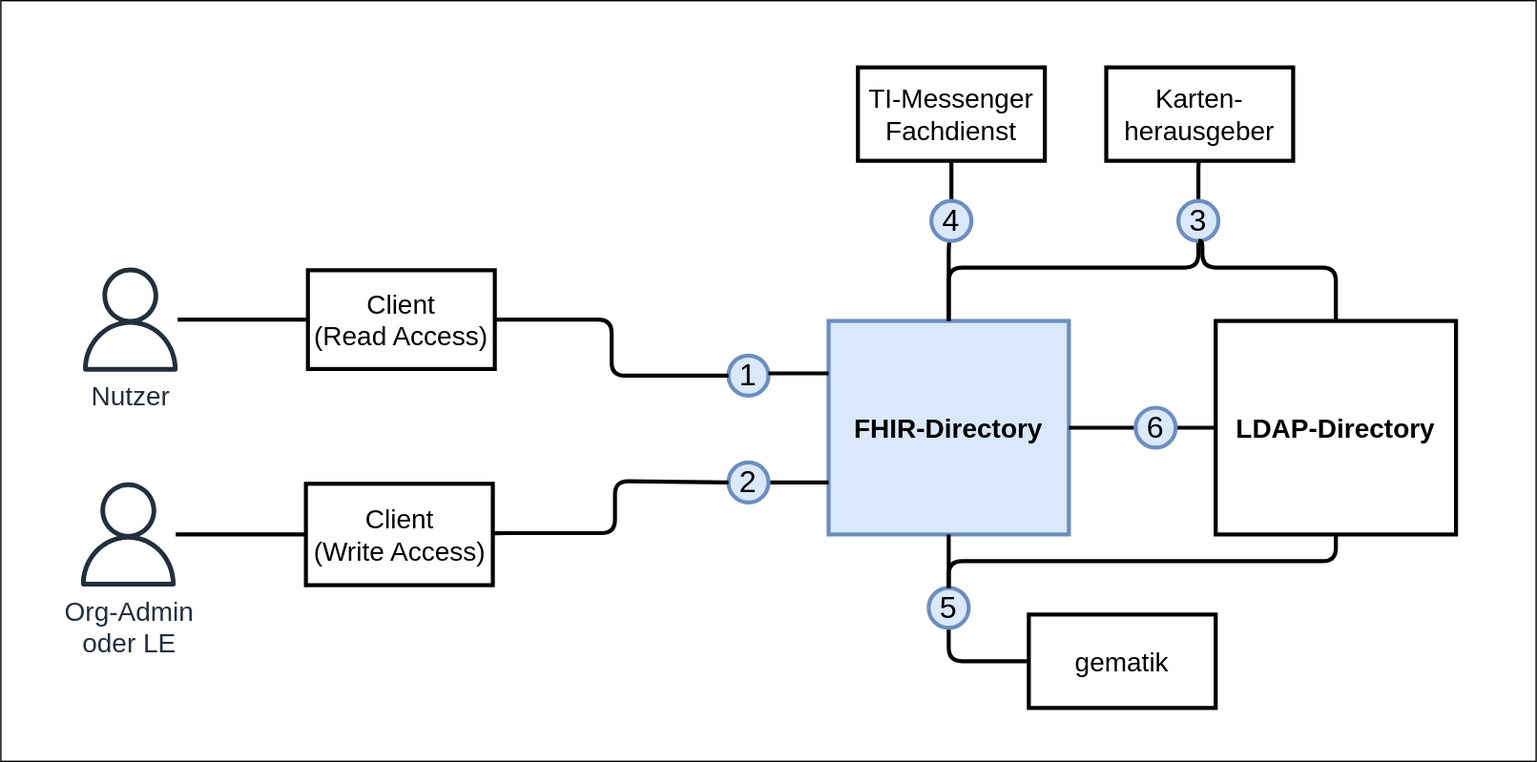
Earlier version of the draw.io export images/FHIR-Directory_Systemkontext.svg (gematik/api-vzd). Source tidied: cells renumbered, new cells last; positions are measured from the earlier drawing's top-left corner, leaving out a move shared by most shapes.
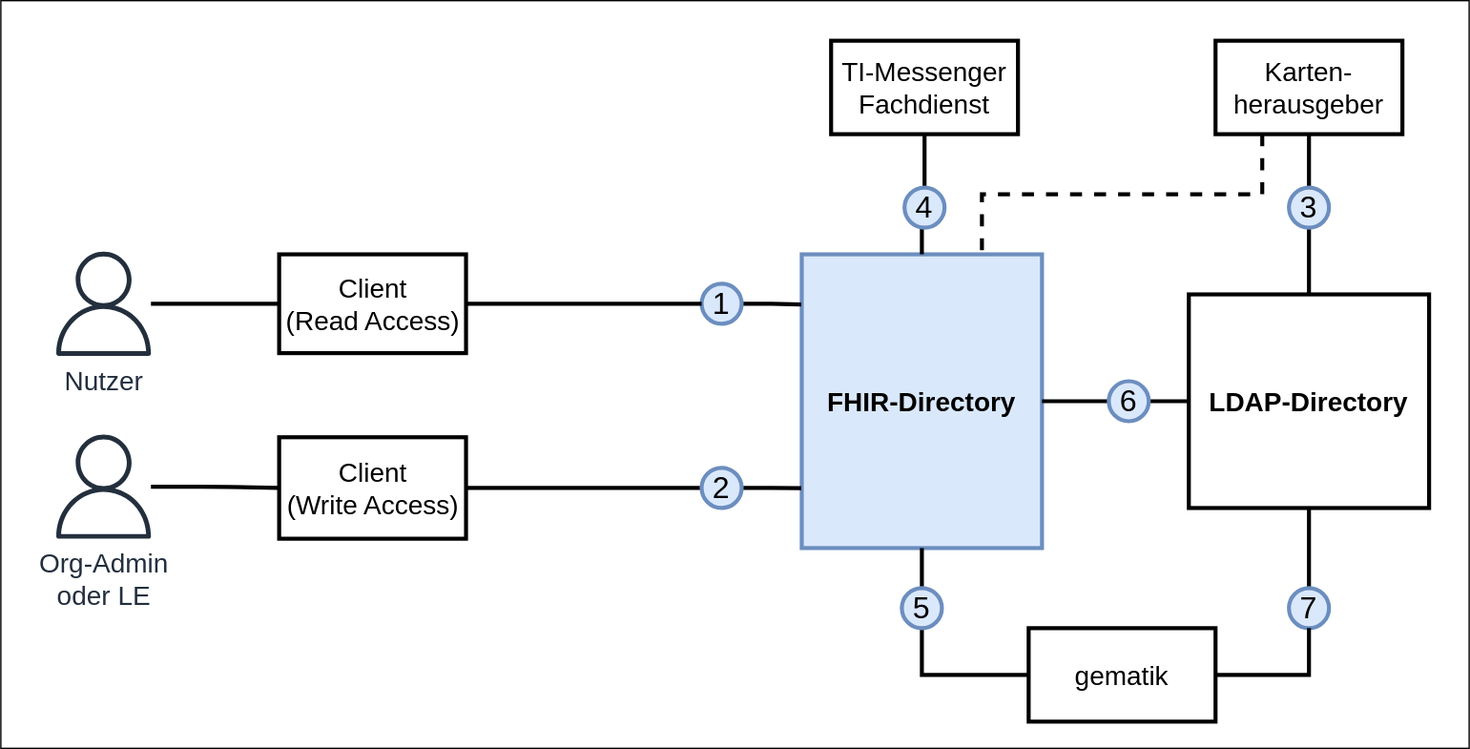
After the change.

Diff of the diagram source:
```diff
@@ -3,7 +3,7 @@
     <mxCell id="0" />
     <mxCell id="1" parent="0" />
     <mxCell id="2" style="rounded=0;whiteSpace=wrap;html=1;fontSize=16;strokeWidth=1;fillColor=none;" parent="1" vertex="1">
-      <mxGeometry width="1150" height="570" as="geometry" />
+      <mxGeometry x="20" y="20" width="1100" height="560" as="geometry" />
     </mxCell>
     <mxCell id="3" value="LDAP-Directory" style="rounded=0;whiteSpace=wrap;html=1;fillColor=#FFFFFF;strokeColor=#000000;strokeWidth=3;fontSize=20;fontStyle=1;" parent="1" vertex="1">
       <mxGeometry x="910" y="240" width="180" height="160" as="geometry" />
@@ -18,21 +18,13 @@
       </mxGeometry>
     </mxCell>
     <mxCell id="5" value="FHIR-Directory" style="rounded=0;whiteSpace=wrap;html=1;fillColor=#dae8fc;strokeColor=#6c8ebf;strokeWidth=3;fontSize=20;fontStyle=1;" parent="1" vertex="1">
-      <mxGeometry x="620" y="240" width="180" height="160" as="geometry" />
+      <mxGeometry x="620" y="210" width="180" height="220" as="geometry" />
     </mxCell>
-    <mxCell id="6" style="edgeStyle=orthogonalEdgeStyle;jettySize=auto;html=1;exitX=0.5;exitY=0;exitDx=0;exitDy=0;entryX=0.5;entryY=1;entryDx=0;entryDy=0;fontSize=16;endArrow=none;endFill=0;strokeWidth=3;fontStyle=0;rounded=1;" parent="1" edge="1" source="5" target="13">
-      <mxGeometry relative="1" as="geometry">
-        <Array as="points">
-          <mxPoint x="710" y="200" />
-          <mxPoint x="897" y="200" />
-        </Array>
-      </mxGeometry>
-    </mxCell>
     <mxCell id="7" style="edgeStyle=orthogonalEdgeStyle;curved=1;jettySize=auto;html=1;exitX=1;exitY=0.5;exitDx=0;exitDy=0;entryX=0;entryY=0.5;entryDx=0;entryDy=0;fontSize=16;endArrow=none;endFill=0;strokeWidth=3;fontStyle=0;" parent="1" edge="1" source="5" target="15">
       <mxGeometry relative="1" as="geometry" />
     </mxCell>
     <mxCell id="8" value="Client&lt;br&gt;(Read Access)" style="rounded=0;whiteSpace=wrap;html=1;strokeWidth=3;fontSize=20;fontStyle=0;" parent="1" vertex="1">
-      <mxGeometry x="230" y="202" width="140" height="74" as="geometry" />
+      <mxGeometry x="228.5" y="210" width="140" height="74" as="geometry" />
     </mxCell>
     <mxCell id="9" style="edgeStyle=orthogonalEdgeStyle;curved=1;orthogonalLoop=1;jettySize=auto;html=1;exitX=1;exitY=0.5;exitDx=0;exitDy=0;entryX=0;entryY=0.5;entryDx=0;entryDy=0;fontSize=16;endArrow=none;endFill=0;strokeWidth=3;fontStyle=0;" parent="1" edge="1">
       <mxGeometry relative="1" as="geometry">
@@ -50,8 +42,11 @@
     <mxCell id="12" style="edgeStyle=orthogonalEdgeStyle;jettySize=auto;html=1;exitX=0.5;exitY=1;exitDx=0;exitDy=0;entryX=0.5;entryY=0;entryDx=0;entryDy=0;fontSize=16;endArrow=none;endFill=0;strokeWidth=3;fontStyle=0;rounded=1;" parent="1" edge="1" source="21" target="19">
       <mxGeometry relative="1" as="geometry" />
     </mxCell>
+    <mxCell id="37" style="edgeStyle=orthogonalEdgeStyle;rounded=0;jettySize=auto;html=1;entryX=0.5;entryY=0;entryDx=0;entryDy=0;endArrow=none;endFill=0;strokeWidth=3;" parent="1" edge="1" source="13" target="3">
+      <mxGeometry relative="1" as="geometry" />
+    </mxCell>
     <mxCell id="13" value="3" style="ellipse;whiteSpace=wrap;html=1;fontSize=23;strokeWidth=3;fontStyle=0;fillColor=#dae8fc;strokeColor=#6c8ebf;" parent="1" vertex="1">
-      <mxGeometry x="882" y="150" width="30" height="30" as="geometry" />
+      <mxGeometry x="985" y="160" width="30" height="30" as="geometry" />
     </mxCell>
     <mxCell id="14" style="edgeStyle=orthogonalEdgeStyle;curved=1;jettySize=auto;html=1;exitX=1;exitY=0.5;exitDx=0;exitDy=0;entryX=0;entryY=0.5;entryDx=0;entryDy=0;fontSize=16;endArrow=none;endFill=0;strokeWidth=3;fontStyle=0;" parent="1" edge="1" source="15" target="3">
       <mxGeometry relative="1" as="geometry" />
@@ -59,14 +54,14 @@
     <mxCell id="15" value="6" style="ellipse;whiteSpace=wrap;html=1;fontSize=23;strokeWidth=3;fontStyle=0;fillColor=#dae8fc;strokeColor=#6c8ebf;" parent="1" vertex="1">
       <mxGeometry x="850" y="305" width="30" height="30" as="geometry" />
     </mxCell>
-    <mxCell id="16" style="edgeStyle=orthogonalEdgeStyle;curved=1;orthogonalLoop=1;jettySize=auto;html=1;entryX=0;entryY=0.5;entryDx=0;entryDy=0;fontSize=16;endArrow=none;endFill=0;strokeWidth=3;fontStyle=0;" parent="1" edge="1">
-      <mxGeometry relative="1" as="geometry">
-        <mxPoint x="575" y="361" as="sourcePoint" />
-        <mxPoint x="620" y="361" as="targetPoint" />
-      </mxGeometry>
-    </mxCell>
+    <mxCell id="38" style="edgeStyle=orthogonalEdgeStyle;rounded=0;jettySize=auto;html=1;entryX=-0.002;entryY=0.796;entryDx=0;entryDy=0;entryPerimeter=0;endArrow=none;endFill=0;strokeWidth=3;" parent="1" edge="1" source="17" target="5">
+      <mxGeometry relative="1" as="geometry" />
+    </mxCell>
+    <mxCell id="39" style="edgeStyle=orthogonalEdgeStyle;rounded=0;jettySize=auto;html=1;exitX=0;exitY=0.5;exitDx=0;exitDy=0;entryX=1;entryY=0.5;entryDx=0;entryDy=0;endArrow=none;endFill=0;strokeWidth=3;" parent="1" edge="1" source="17" target="34">
+      <mxGeometry relative="1" as="geometry" />
+    </mxCell>
     <mxCell id="17" value="&lt;font style=&quot;font-size: 23px&quot;&gt;&lt;span style=&quot;font-size: 23px&quot;&gt;2&lt;/span&gt;&lt;/font&gt;" style="ellipse;whiteSpace=wrap;html=1;fontSize=23;strokeWidth=3;fillColor=#dae8fc;strokeColor=#6c8ebf;fontStyle=0;" parent="1" vertex="1">
-      <mxGeometry x="545" y="346" width="30" height="30" as="geometry" />
+      <mxGeometry x="545" y="370" width="30" height="30" as="geometry" />
     </mxCell>
     <mxCell id="18" style="edgeStyle=orthogonalEdgeStyle;jettySize=auto;html=1;exitX=0.5;exitY=1;exitDx=0;exitDy=0;entryX=0.5;entryY=0;entryDx=0;entryDy=0;fontSize=20;endArrow=none;endFill=0;strokeWidth=3;fontStyle=0;rounded=1;" parent="1" edge="1" source="19" target="5">
       <mxGeometry relative="1" as="geometry">
@@ -76,89 +71,61 @@
       </mxGeometry>
     </mxCell>
     <mxCell id="19" value="4" style="ellipse;whiteSpace=wrap;html=1;fontSize=23;strokeWidth=3;fontStyle=0;fillColor=#dae8fc;strokeColor=#6c8ebf;" parent="1" vertex="1">
-      <mxGeometry x="697" y="150" width="30" height="30" as="geometry" />
+      <mxGeometry x="697" y="160" width="30" height="30" as="geometry" />
     </mxCell>
+    <mxCell id="40" style="edgeStyle=orthogonalEdgeStyle;rounded=0;jettySize=auto;html=1;exitX=0.25;exitY=1;exitDx=0;exitDy=0;entryX=0.75;entryY=0;entryDx=0;entryDy=0;endArrow=none;endFill=0;strokeWidth=3;dashed=1;" parent="1" edge="1" source="20" target="5">
+      <mxGeometry relative="1" as="geometry" />
+    </mxCell>
     <mxCell id="20" value="Karten-&lt;br style=&quot;font-size: 20px;&quot;&gt;herausgeber" style="rounded=0;whiteSpace=wrap;html=1;strokeWidth=3;fontSize=20;fontStyle=0;strokeColor=#000000;" parent="1" vertex="1">
-      <mxGeometry x="828" y="50" width="140" height="70" as="geometry" />
+      <mxGeometry x="930" y="50" width="140" height="70" as="geometry" />
     </mxCell>
     <mxCell id="21" value="TI-Messenger&lt;br style=&quot;font-size: 20px&quot;&gt;Fachdienst" style="rounded=0;whiteSpace=wrap;html=1;strokeWidth=3;fontSize=20;fontStyle=0;strokeColor=#000000;" parent="1" vertex="1">
       <mxGeometry x="642" y="50" width="140" height="70" as="geometry" />
     </mxCell>
-    <mxCell id="22" style="edgeStyle=orthogonalEdgeStyle;rounded=1;jettySize=auto;html=1;exitX=0;exitY=0.5;exitDx=0;exitDy=0;entryX=0.5;entryY=1;entryDx=0;entryDy=0;fontSize=23;fontColor=#999999;endArrow=none;endFill=0;strokeColor=#000000;strokeWidth=3;" parent="1" edge="1" source="24" target="23">
-      <mxGeometry relative="1" as="geometry">
-        <Array as="points">
-          <mxPoint x="710" y="495" />
-        </Array>
-      </mxGeometry>
-    </mxCell>
+    <mxCell id="41" style="edgeStyle=orthogonalEdgeStyle;rounded=0;jettySize=auto;html=1;entryX=0;entryY=0.5;entryDx=0;entryDy=0;endArrow=none;endFill=0;strokeWidth=3;exitX=0.5;exitY=1;exitDx=0;exitDy=0;" parent="1" edge="1" source="23" target="24">
+      <mxGeometry relative="1" as="geometry" />
+    </mxCell>
+    <mxCell id="42" style="edgeStyle=orthogonalEdgeStyle;rounded=0;jettySize=auto;html=1;exitX=0.5;exitY=0;exitDx=0;exitDy=0;entryX=0.5;entryY=1;entryDx=0;entryDy=0;endArrow=none;endFill=0;strokeWidth=3;" parent="1" edge="1" source="23" target="5">
+      <mxGeometry relative="1" as="geometry" />
+    </mxCell>
     <mxCell id="23" value="5" style="ellipse;whiteSpace=wrap;html=1;fontSize=23;strokeWidth=3;fontStyle=0;fillColor=#dae8fc;strokeColor=#6c8ebf;" parent="1" vertex="1">
-      <mxGeometry x="695" y="440" width="30" height="30" as="geometry" />
+      <mxGeometry x="695" y="460" width="30" height="30" as="geometry" />
     </mxCell>
+    <mxCell id="43" style="edgeStyle=orthogonalEdgeStyle;rounded=0;jettySize=auto;html=1;exitX=0.5;exitY=0;exitDx=0;exitDy=0;entryX=0.5;entryY=1;entryDx=0;entryDy=0;endArrow=none;endFill=0;strokeWidth=3;startArrow=none;" parent="1" edge="1" source="45" target="3">
+      <mxGeometry relative="1" as="geometry" />
+    </mxCell>
     <mxCell id="24" value="gematik" style="rounded=0;whiteSpace=wrap;html=1;strokeWidth=3;fontSize=20;fontStyle=0;strokeColor=#000000;" parent="1" vertex="1">
-      <mxGeometry x="770" y="460" width="140" height="70" as="geometry" />
+      <mxGeometry x="790" y="490" width="140" height="70" as="geometry" />
     </mxCell>
     <mxCell id="25" value="Nutzer" style="sketch=0;outlineConnect=0;fontColor=#232F3E;gradientColor=none;fillColor=#232F3D;strokeColor=none;dashed=0;verticalLabelPosition=bottom;verticalAlign=top;align=center;html=1;fontSize=20;fontStyle=0;shape=mxgraph.aws4.user;" parent="1" vertex="1">
-      <mxGeometry x="58" y="200" width="78" height="78" as="geometry" />
+      <mxGeometry x="58" y="208" width="78" height="78" as="geometry" />
     </mxCell>
     <mxCell id="26" style="edgeStyle=orthogonalEdgeStyle;rounded=1;jettySize=auto;html=1;entryX=0;entryY=0.5;entryDx=0;entryDy=0;fontSize=23;fontColor=#999999;endArrow=none;endFill=0;strokeColor=#000000;strokeWidth=3;" parent="1" edge="1" source="25" target="8">
       <mxGeometry relative="1" as="geometry" />
     </mxCell>
-    <mxCell id="27" style="edgeStyle=orthogonalEdgeStyle;jettySize=auto;html=1;exitX=0.5;exitY=0;exitDx=0;exitDy=0;entryX=0.5;entryY=1;entryDx=0;entryDy=0;fontSize=16;endArrow=none;endFill=0;strokeWidth=3;fontStyle=0;rounded=1;" parent="1" edge="1" source="3" target="13">
-      <mxGeometry relative="1" as="geometry">
-        <Array as="points">
-          <mxPoint x="1000" y="200" />
-          <mxPoint x="900" y="200" />
-          <mxPoint x="900" y="180" />
-        </Array>
-      </mxGeometry>
-    </mxCell>
-    <mxCell id="28" style="edgeStyle=orthogonalEdgeStyle;rounded=1;jettySize=auto;html=1;exitX=0.5;exitY=1;exitDx=0;exitDy=0;entryX=0.5;entryY=0;entryDx=0;entryDy=0;fontSize=23;fontColor=#999999;endArrow=none;endFill=0;strokeColor=#000000;strokeWidth=3;" parent="1" edge="1" source="5" target="23">
-      <mxGeometry relative="1" as="geometry">
-        <Array as="points">
-          <mxPoint x="710" y="420" />
-          <mxPoint x="710" y="420" />
-        </Array>
-      </mxGeometry>
-    </mxCell>
+    <mxCell id="44" style="edgeStyle=orthogonalEdgeStyle;rounded=0;jettySize=auto;html=1;exitX=1;exitY=0.5;exitDx=0;exitDy=0;entryX=-0.002;entryY=0.171;entryDx=0;entryDy=0;entryPerimeter=0;endArrow=none;endFill=0;strokeWidth=3;" parent="1" edge="1" source="29" target="5">
+      <mxGeometry relative="1" as="geometry" />
+    </mxCell>
     <mxCell id="29" value="&lt;font style=&quot;font-size: 23px&quot;&gt;&lt;span style=&quot;font-size: 23px&quot;&gt;1&lt;/span&gt;&lt;/font&gt;" style="ellipse;whiteSpace=wrap;html=1;fontSize=23;strokeWidth=3;fillColor=#dae8fc;strokeColor=#6c8ebf;fontStyle=0;" parent="1" vertex="1">
-      <mxGeometry x="545" y="266" width="30" height="30" as="geometry" />
+      <mxGeometry x="545" y="232" width="30" height="30" as="geometry" />
     </mxCell>
-    <mxCell id="30" style="edgeStyle=orthogonalEdgeStyle;curved=1;orthogonalLoop=1;jettySize=auto;html=1;entryX=0;entryY=0.5;entryDx=0;entryDy=0;fontSize=16;endArrow=none;endFill=0;strokeWidth=3;fontStyle=0;" parent="1" edge="1">
-      <mxGeometry relative="1" as="geometry">
-        <mxPoint x="575" y="279.3" as="sourcePoint" />
-        <mxPoint x="620" y="279.3" as="targetPoint" />
-      </mxGeometry>
-    </mxCell>
     <mxCell id="31" style="edgeStyle=orthogonalEdgeStyle;rounded=1;jettySize=auto;html=1;entryX=0;entryY=0.5;entryDx=0;entryDy=0;fontSize=23;fontColor=#999999;endArrow=none;endFill=0;strokeColor=#000000;strokeWidth=3;exitX=1;exitY=0.5;exitDx=0;exitDy=0;" parent="1" edge="1" source="8" target="29">
       <mxGeometry relative="1" as="geometry" />
     </mxCell>
-    <mxCell id="32" style="edgeStyle=orthogonalEdgeStyle;jettySize=auto;html=1;exitX=0.5;exitY=0;exitDx=0;exitDy=0;entryX=0.5;entryY=1;entryDx=0;entryDy=0;fontSize=16;endArrow=none;endFill=0;strokeWidth=3;fontStyle=0;rounded=1;" parent="1" edge="1" target="3">
-      <mxGeometry relative="1" as="geometry">
-        <mxPoint x="710" y="440" as="sourcePoint" />
-        <Array as="points">
-          <mxPoint x="710" y="420" />
-          <mxPoint x="1000" y="420" />
-        </Array>
-      </mxGeometry>
-    </mxCell>
-    <mxCell id="33" style="edgeStyle=orthogonalEdgeStyle;jettySize=auto;html=1;exitX=1;exitY=0.5;exitDx=0;exitDy=0;fontSize=23;fontColor=#999999;endArrow=none;endFill=0;strokeColor=#000000;strokeWidth=3;rounded=1;entryX=0;entryY=0.5;entryDx=0;entryDy=0;" parent="1" edge="1" source="34" target="17">
-      <mxGeometry relative="1" as="geometry">
-        <Array as="points">
-          <mxPoint x="369" y="399" />
-          <mxPoint x="460" y="399" />
-          <mxPoint x="460" y="360" />
-          <mxPoint x="545" y="360" />
-        </Array>
-      </mxGeometry>
-    </mxCell>
     <mxCell id="34" value="Client&lt;br&gt;(Write Access)" style="rounded=0;whiteSpace=wrap;html=1;strokeWidth=3;fontSize=20;fontStyle=0;" parent="1" vertex="1">
-      <mxGeometry x="228.5" y="362" width="140" height="76" as="geometry" />
+      <mxGeometry x="228.5" y="347" width="140" height="76" as="geometry" />
     </mxCell>
     <mxCell id="35" style="edgeStyle=orthogonalEdgeStyle;rounded=1;jettySize=auto;html=1;entryX=0;entryY=0.5;entryDx=0;entryDy=0;fontSize=23;fontColor=#999999;endArrow=none;endFill=0;strokeColor=#000000;strokeWidth=3;" parent="1" edge="1" source="36" target="34">
       <mxGeometry relative="1" as="geometry" />
     </mxCell>
     <mxCell id="36" value="Org-Admin&lt;br&gt;oder LE" style="sketch=0;outlineConnect=0;fontColor=#232F3E;gradientColor=none;fillColor=#232F3D;strokeColor=none;dashed=0;verticalLabelPosition=bottom;verticalAlign=top;align=center;html=1;fontSize=20;fontStyle=0;shape=mxgraph.aws4.user;" parent="1" vertex="1">
-      <mxGeometry x="56.5" y="361" width="78" height="78" as="geometry" />
+      <mxGeometry x="58" y="345" width="78" height="78" as="geometry" />
     </mxCell>
+    <mxCell id="45" value="7" style="ellipse;whiteSpace=wrap;html=1;fontSize=23;strokeWidth=3;fontStyle=0;fillColor=#dae8fc;strokeColor=#6c8ebf;" parent="1" vertex="1">
+      <mxGeometry x="985" y="460" width="30" height="30" as="geometry" />
+    </mxCell>
+    <mxCell id="46" style="edgeStyle=orthogonalEdgeStyle;rounded=0;jettySize=auto;html=1;exitX=1;exitY=0.5;exitDx=0;exitDy=0;entryX=0.5;entryY=1;entryDx=0;entryDy=0;endArrow=none;endFill=0;strokeWidth=3;" parent="1" edge="1" source="24" target="45">
+      <mxGeometry relative="1" as="geometry" />
+    </mxCell>
   </root>
 </mxGraphModel>
```
